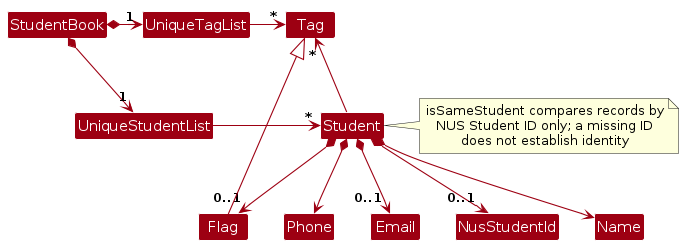
AY2627S1-CS2103T-T16-1/tp keeps this PlantUML diagram as diagrams/BetterModelClassDiagram.png. Above is the earlier version. Its source is kept beside it as diagrams/BetterModelClassDiagram.puml. Its diagram source:
```plantuml
@startuml
!include style.puml
skinparam arrowThickness 1.1
skinparam arrowColor MODEL_COLOR
skinparam classBackgroundColor MODEL_COLOR

StudentBook *-right-> "1" UniqueStudentList
StudentBook *-right-> "1" UniqueTagList
UniqueTagList -[hidden]down- UniqueStudentList

UniqueTagList -right-> "*" Tag
UniqueStudentList -right-> "*" Student

Student -up-> "*" Tag

Student *--> Name
Student *--> Phone
Student *--> "0..1" Email
Student *--> "0..1" NusStudentId
Student *--> "0..1" Flag
Flag --|> Tag

note right of Student
  isSameStudent compares records by
  NUS Student ID only; a missing ID
  does not establish identity
end note
@enduml
```
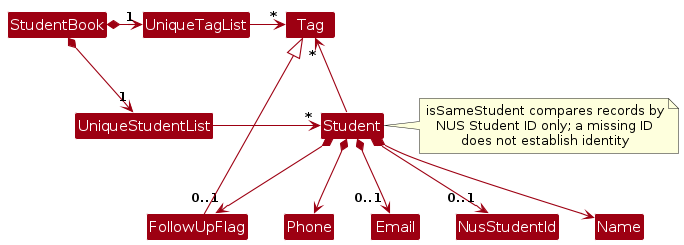
The same diagram one commit later.

Diff of the diagram source:
```diff
@@ -17,8 +17,8 @@
 Student *--> Phone
 Student *--> "0..1" Email
 Student *--> "0..1" NusStudentId
-Student *--> "0..1" Flag
-Flag --|> Tag
+Student *--> "0..1" FollowUpFlag
+FollowUpFlag --|> Tag
 
 note right of Student
   isSameStudent compares records by
```
